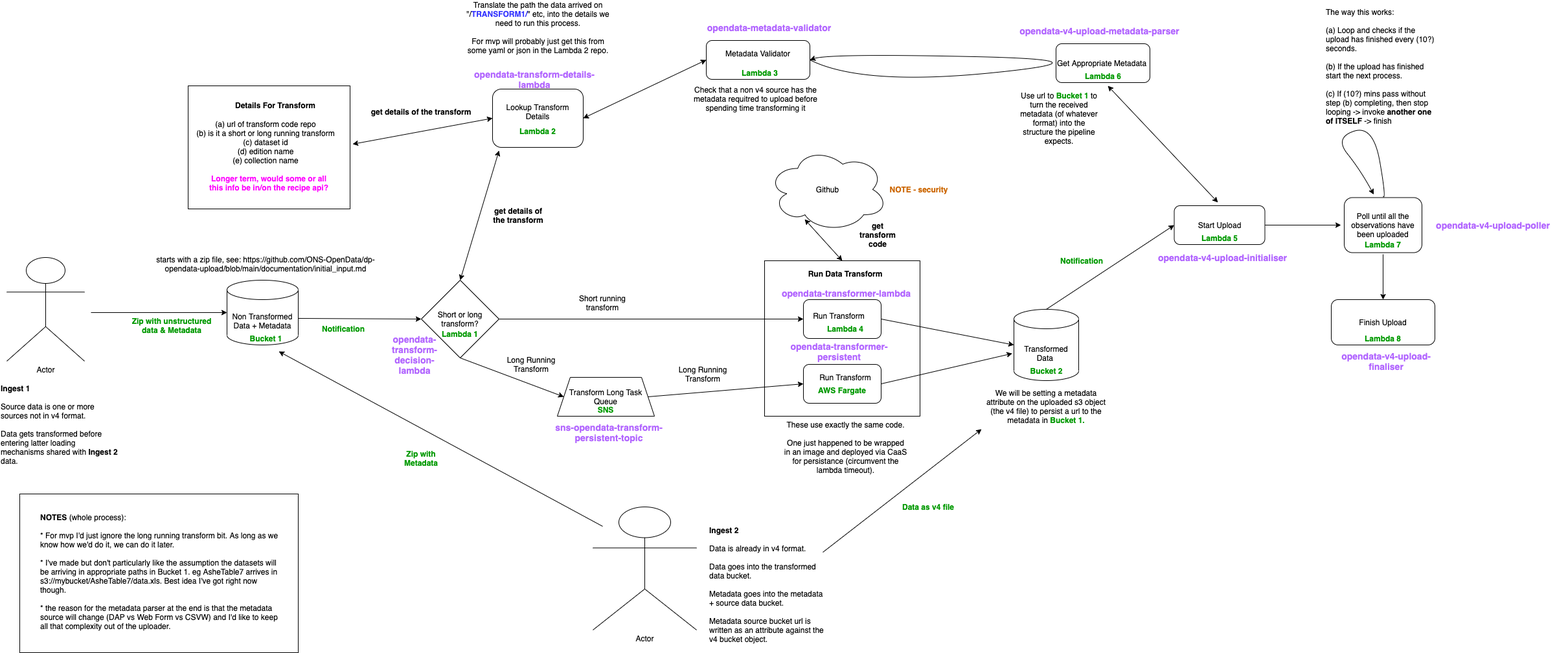
Earlier version of the draw.io export documentation/opendatatransformupload.png (ONS-OpenData/dp-opendata-upload). Source tidied: cells renumbered, new cells last; positions are measured from the earlier drawing's top-left corner, leaving out a move shared by most shapes.
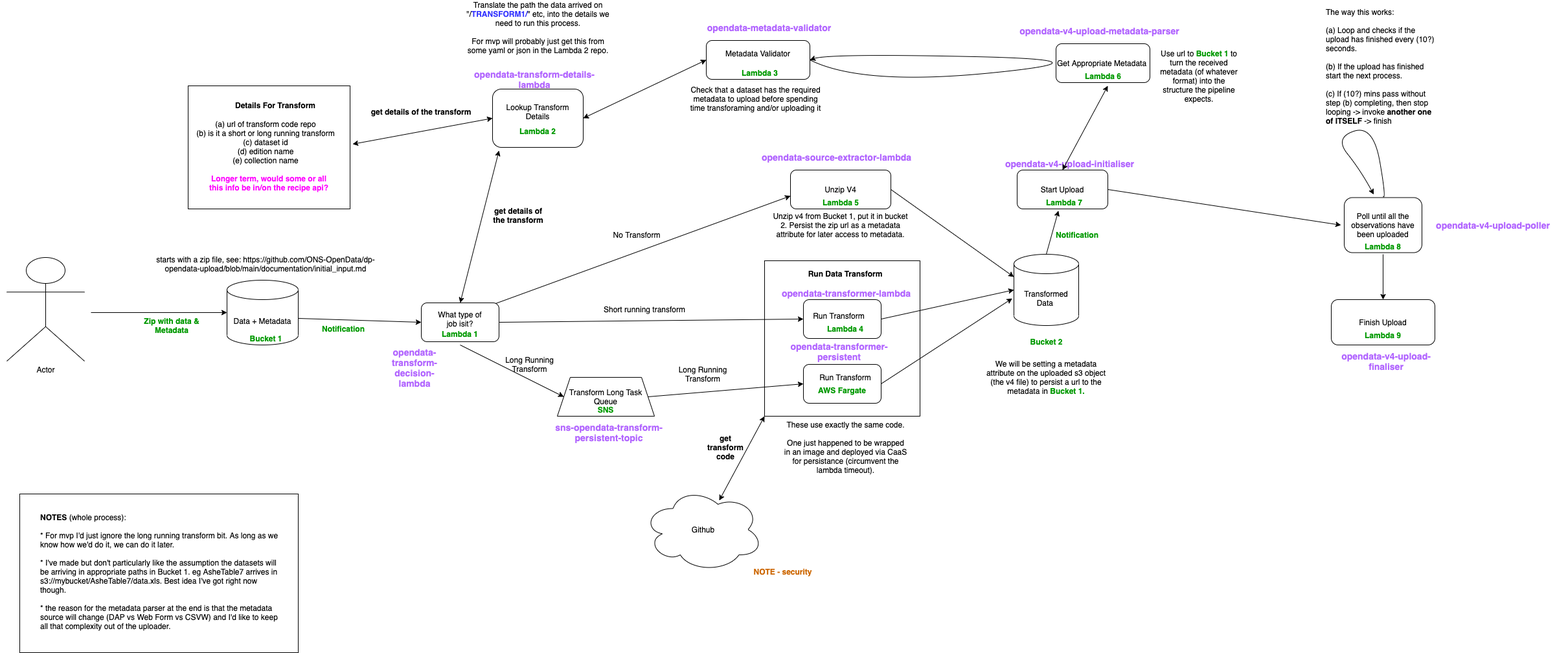
The same diagram one commit later.

Commit message:
update diagram with latest thinking

Diff of the diagram source:
```diff
@@ -4,2 +4,8 @@
     <mxCell id="1" parent="0" />
+    <mxCell id="92" value="Unzip V4" style="rounded=1;whiteSpace=wrap;html=1;" parent="1" vertex="1">
+      <mxGeometry x="1220" y="230" width="155" height="60" as="geometry" />
+    </mxCell>
+    <mxCell id="93" style="rounded=1;whiteSpace=wrap;html=1;" parent="1" vertex="1">
+      <mxGeometry x="650" y="435" width="120" height="60" as="geometry" />
+    </mxCell>
     <mxCell id="2" style="rounded=0;whiteSpace=wrap;html=1;align=left;" parent="1" vertex="1">
@@ -19,3 +25,3 @@
     </mxCell>
-    <mxCell id="7" value="Non Transformed Data + Metadata" style="shape=cylinder3;whiteSpace=wrap;html=1;boundedLbl=1;backgroundOutline=1;size=15;" parent="1" vertex="1">
+    <mxCell id="7" value="Data + Metadata" style="shape=cylinder3;whiteSpace=wrap;html=1;boundedLbl=1;backgroundOutline=1;size=15;" parent="1" vertex="1">
       <mxGeometry x="350" y="400" width="110" height="100" as="geometry" />
@@ -25,6 +31,3 @@
     </mxCell>
-    <mxCell id="9" style="rhombus;whiteSpace=wrap;html=1;" parent="1" vertex="1">
-      <mxGeometry x="650" y="400" width="120" height="120" as="geometry" />
-    </mxCell>
-    <mxCell id="10" value="Short or long transform?" style="text;html=1;strokeColor=none;fillColor=none;align=center;verticalAlign=middle;whiteSpace=wrap;rounded=0;" parent="1" vertex="1">
+    <mxCell id="10" value="What type of job isit?" style="text;html=1;strokeColor=none;fillColor=none;align=center;verticalAlign=middle;whiteSpace=wrap;rounded=0;" parent="1" vertex="1">
       <mxGeometry x="670" y="450" width="80" height="20" as="geometry" />
@@ -43,4 +46,6 @@
     </mxCell>
-    <mxCell id="15" style="endArrow=classic;html=1;exitX=0.5;exitY=1;exitDx=0;exitDy=0;entryX=0;entryY=0.5;entryDx=0;entryDy=0;" parent="1" edge="1" source="9" target="40">
-      <mxGeometry relative="1" as="geometry" />
+    <mxCell id="15" style="endArrow=classic;html=1;entryX=0;entryY=0.5;entryDx=0;entryDy=0;" parent="1" edge="1" target="40">
+      <mxGeometry relative="1" as="geometry">
+        <mxPoint x="710" y="500" as="sourcePoint" />
+      </mxGeometry>
     </mxCell>
@@ -59,3 +64,3 @@
     <mxCell id="20" value="Long Running&lt;br&gt;Transform" style="text;html=1;strokeColor=none;fillColor=none;align=center;verticalAlign=middle;whiteSpace=wrap;rounded=0;" parent="1" vertex="1">
-      <mxGeometry x="715" y="520" width="210" height="20" as="geometry" />
+      <mxGeometry x="710" y="520" width="215" height="20" as="geometry" />
     </mxCell>
@@ -65,12 +70,12 @@
     <mxCell id="22" value="Transformed Data&amp;nbsp;" style="shape=cylinder3;whiteSpace=wrap;html=1;boundedLbl=1;backgroundOutline=1;size=15;" parent="1" vertex="1">
-      <mxGeometry x="1565" y="445" width="100" height="110" as="geometry" />
+      <mxGeometry x="1565" y="360" width="100" height="110" as="geometry" />
     </mxCell>
     <mxCell id="23" value="Start Upload" style="rounded=1;whiteSpace=wrap;html=1;" parent="1" vertex="1">
-      <mxGeometry x="1812.5" y="285" width="140" height="60" as="geometry" />
+      <mxGeometry x="1570" y="230" width="140" height="60" as="geometry" />
     </mxCell>
     <mxCell id="24" value="&lt;font color=&quot;#009900&quot;&gt;&lt;b&gt;Lambda 5&lt;/b&gt;&lt;/font&gt;" style="text;html=1;strokeColor=none;fillColor=none;align=center;verticalAlign=middle;whiteSpace=wrap;rounded=0;" parent="1" vertex="1">
-      <mxGeometry x="1852.5" y="325" width="60" height="20" as="geometry" />
+      <mxGeometry x="1267.5" y="270" width="60" height="20" as="geometry" />
     </mxCell>
     <mxCell id="25" value="We will be setting a metadata attribute on the uploaded s3 object (the v4 file) to persist a url to the metadata in &lt;b&gt;&lt;font color=&quot;#009900&quot;&gt;Bucket 1.&lt;/font&gt;&lt;/b&gt;" style="text;html=1;strokeColor=none;fillColor=none;align=center;verticalAlign=middle;whiteSpace=wrap;rounded=0;" parent="1" vertex="1">
-      <mxGeometry x="1515" y="560" width="200" height="70" as="geometry" />
+      <mxGeometry x="1515" y="515" width="200" height="70" as="geometry" />
     </mxCell>
@@ -80,3 +85,3 @@
     <mxCell id="27" value="&lt;b&gt;get transform code&lt;/b&gt;" style="text;html=1;strokeColor=none;fillColor=none;align=center;verticalAlign=middle;whiteSpace=wrap;rounded=0;" parent="1" vertex="1">
-      <mxGeometry x="1335" y="320" width="40" height="20" as="geometry" />
+      <mxGeometry x="1100" y="647.5" width="40" height="20" as="geometry" />
     </mxCell>
@@ -88,3 +93,3 @@
     </mxCell>
-    <mxCell id="30" style="endArrow=classic;html=1;exitX=0.5;exitY=0;exitDx=0;exitDy=0;exitPerimeter=0;entryX=0;entryY=0.5;entryDx=0;entryDy=0;" parent="1" edge="1" source="22" target="23">
+    <mxCell id="30" style="endArrow=classic;html=1;exitX=0.5;exitY=0;exitDx=0;exitDy=0;exitPerimeter=0;entryX=0.455;entryY=1.047;entryDx=0;entryDy=0;entryPerimeter=0;" parent="1" edge="1" source="22" target="23">
       <mxGeometry relative="1" as="geometry" />
@@ -92,6 +97,6 @@
     <mxCell id="31" value="&lt;b&gt;&lt;font color=&quot;#009900&quot;&gt;Notification&lt;/font&gt;&lt;/b&gt;" style="text;html=1;strokeColor=none;fillColor=none;align=center;verticalAlign=middle;whiteSpace=wrap;rounded=0;" parent="1" vertex="1">
-      <mxGeometry x="1650" y="360" width="40" height="20" as="geometry" />
+      <mxGeometry x="1642.5" y="320" width="40" height="20" as="geometry" />
     </mxCell>
     <mxCell id="32" value="&lt;b&gt;&lt;font color=&quot;#009900&quot;&gt;Bucket 2&lt;/font&gt;&lt;/b&gt;" style="text;html=1;strokeColor=none;fillColor=none;align=center;verticalAlign=middle;whiteSpace=wrap;rounded=0;" parent="1" vertex="1">
-      <mxGeometry x="1587.5" y="530" width="55" height="20" as="geometry" />
+      <mxGeometry x="1587.5" y="485" width="55" height="20" as="geometry" />
     </mxCell>
@@ -109,6 +114,8 @@
     <mxCell id="36" value="Github" style="ellipse;shape=cloud;whiteSpace=wrap;html=1;" parent="1" vertex="1">
-      <mxGeometry x="1185" y="195" width="185" height="130" as="geometry" />
+      <mxGeometry x="992.5" y="720" width="185" height="130" as="geometry" />
     </mxCell>
-    <mxCell id="37" style="endArrow=classic;startArrow=classic;html=1;exitX=0.5;exitY=0;exitDx=0;exitDy=0;entryX=0.308;entryY=0.854;entryDx=0;entryDy=0;entryPerimeter=0;" parent="1" edge="1" source="5" target="36">
-      <mxGeometry relative="1" as="geometry" />
+    <mxCell id="37" style="endArrow=classic;startArrow=classic;html=1;entryX=0;entryY=1;entryDx=0;entryDy=0;" parent="1" edge="1" target="5">
+      <mxGeometry relative="1" as="geometry">
+        <mxPoint x="1110" y="740" as="sourcePoint" />
+      </mxGeometry>
     </mxCell>
@@ -123,4 +130,6 @@
     </mxCell>
-    <mxCell id="41" style="endArrow=classic;html=1;exitX=1;exitY=0.59;exitDx=0;exitDy=0;exitPerimeter=0;entryX=0;entryY=0.5;entryDx=0;entryDy=0;" parent="1" edge="1" source="7" target="9">
-      <mxGeometry relative="1" as="geometry" />
+    <mxCell id="41" style="endArrow=classic;html=1;exitX=1;exitY=0.59;exitDx=0;exitDy=0;exitPerimeter=0;entryX=0;entryY=0.5;entryDx=0;entryDy=0;" parent="1" edge="1" source="7">
+      <mxGeometry relative="1" as="geometry">
+        <mxPoint x="650" y="465" as="targetPoint" />
+      </mxGeometry>
     </mxCell>
@@ -148,6 +157,6 @@
     <mxCell id="49" value="Use url to &lt;b&gt;&lt;font color=&quot;#009900&quot;&gt;Bucket 1&lt;/font&gt;&lt;/b&gt; to turn the received metadata (of whatever format) into the structure the pipeline expects." style="text;html=1;strokeColor=none;fillColor=none;align=center;verticalAlign=middle;whiteSpace=wrap;rounded=0;" parent="1" vertex="1">
-      <mxGeometry x="1570" y="115" width="130" height="70" as="geometry" />
+      <mxGeometry x="1786.2" y="50" width="130" height="70" as="geometry" />
     </mxCell>
     <mxCell id="50" value="&lt;span style=&quot;font-family: , , &amp;#34;segoe wpc&amp;#34; , &amp;#34;segoe ui&amp;#34; , , &amp;#34;ubuntu&amp;#34; , &amp;#34;droid sans&amp;#34; , sans-serif ; font-size: 14px&quot;&gt;&lt;b&gt;&lt;font color=&quot;#b266ff&quot;&gt;opendata-transform-decision-lambda&lt;/font&gt;&lt;/b&gt;&lt;/span&gt;" style="text;html=1;strokeColor=none;fillColor=none;align=center;verticalAlign=middle;whiteSpace=wrap;rounded=0;" parent="1" vertex="1">
-      <mxGeometry x="620" y="505" width="40" height="20" as="geometry" />
+      <mxGeometry x="620" y="525" width="40" height="20" as="geometry" />
     </mxCell>
@@ -166,3 +175,3 @@
     <mxCell id="55" value="&lt;span style=&quot;font-size: 14px&quot;&gt;&lt;b&gt;opendata-v4-upload-initialiser&lt;/b&gt;&lt;/span&gt;" style="text;html=1;strokeColor=none;fillColor=none;align=center;verticalAlign=middle;whiteSpace=wrap;rounded=0;fontColor=#B266FF;" parent="1" vertex="1">
-      <mxGeometry x="1786.2" y="355" width="202.5" height="20" as="geometry" />
+      <mxGeometry x="1550" y="210" width="202.5" height="20" as="geometry" />
     </mxCell>
@@ -172,9 +181,11 @@
     <mxCell id="57" value="&lt;b&gt;&lt;font color=&quot;#cc6600&quot;&gt;NOTE - security&lt;/font&gt;&lt;/b&gt;" style="text;html=1;strokeColor=none;fillColor=none;align=center;verticalAlign=middle;whiteSpace=wrap;rounded=0;fontColor=#B266FF;" parent="1" vertex="1">
-      <mxGeometry x="1330" y="250" width="177" height="20" as="geometry" />
+      <mxGeometry x="1120" y="840" width="177" height="20" as="geometry" />
     </mxCell>
-    <mxCell id="58" style="endArrow=classic;html=1;fontColor=#B266FF;exitX=1;exitY=0.5;exitDx=0;exitDy=0;entryX=0;entryY=0.5;entryDx=0;entryDy=0;" parent="1" edge="1" source="9" target="6">
-      <mxGeometry relative="1" as="geometry" />
+    <mxCell id="58" style="endArrow=classic;html=1;fontColor=#B266FF;exitX=1;exitY=0.5;exitDx=0;exitDy=0;entryX=0;entryY=0.5;entryDx=0;entryDy=0;" parent="1" edge="1" target="6">
+      <mxGeometry relative="1" as="geometry">
+        <mxPoint x="770" y="465" as="sourcePoint" />
+      </mxGeometry>
     </mxCell>
     <mxCell id="59" value="&lt;font color=&quot;#000000&quot;&gt;Short running transform&lt;/font&gt;" style="text;html=1;strokeColor=none;fillColor=none;align=center;verticalAlign=middle;whiteSpace=wrap;rounded=0;fontColor=#B266FF;" parent="1" vertex="1">
-      <mxGeometry x="890" y="425" width="80" height="20" as="geometry" />
+      <mxGeometry x="890" y="435" width="210" height="20" as="geometry" />
     </mxCell>
@@ -190,3 +201,3 @@
     <mxCell id="63" value="&lt;font color=&quot;#009900&quot;&gt;&lt;b&gt;Lambda 7&lt;br&gt;&lt;/b&gt;&lt;/font&gt;" style="text;html=1;strokeColor=none;fillColor=none;align=center;verticalAlign=middle;whiteSpace=wrap;rounded=0;" parent="1" vertex="1">
-      <mxGeometry x="2105" y="335" width="60" height="20" as="geometry" />
+      <mxGeometry x="1612.5" y="270" width="60" height="20" as="geometry" />
     </mxCell>
@@ -221,3 +232,3 @@
     <mxCell id="69" value="&lt;font color=&quot;#009900&quot;&gt;&lt;b&gt;Lambda 8&lt;/b&gt;&lt;/font&gt;" style="text;html=1;strokeColor=none;fillColor=none;align=center;verticalAlign=middle;whiteSpace=wrap;rounded=0;" parent="1" vertex="1">
-      <mxGeometry x="2105" y="480" width="60" height="20" as="geometry" />
+      <mxGeometry x="2105" y="337.5" width="60" height="20" as="geometry" />
     </mxCell>
@@ -226,3 +237,3 @@
     </mxCell>
-    <mxCell id="71" style="endArrow=classic;startArrow=classic;html=1;exitX=0.5;exitY=0;exitDx=0;exitDy=0;" parent="1" edge="1" source="9">
+    <mxCell id="71" style="endArrow=classic;startArrow=classic;html=1;exitX=0.5;exitY=0;exitDx=0;exitDy=0;" parent="1" edge="1" source="93">
       <mxGeometry relative="1" as="geometry">
@@ -231,5 +242,4 @@
     </mxCell>
-    <mxCell id="72" style="endArrow=classic;startArrow=classic;html=1;" parent="1" edge="1">
+    <mxCell id="72" style="endArrow=classic;startArrow=classic;html=1;exitX=0.5;exitY=0;exitDx=0;exitDy=0;" parent="1" edge="1" source="23">
       <mxGeometry relative="1" as="geometry">
-        <mxPoint x="1880" y="280" as="sourcePoint" />
         <mxPoint x="1710" y="100" as="targetPoint" />
@@ -258,3 +268,3 @@
     </mxCell>
-    <mxCell id="80" value="Check that a non v4 source has the metadata requitred to upload before spending time transforming it" style="text;html=1;strokeColor=none;fillColor=none;align=center;verticalAlign=middle;whiteSpace=wrap;rounded=0;" parent="1" vertex="1">
+    <mxCell id="80" value="Check that a dataset has the required metadata to upload before spending time transforaming and/or uploading it" style="text;html=1;strokeColor=none;fillColor=none;align=center;verticalAlign=middle;whiteSpace=wrap;rounded=0;" parent="1" vertex="1">
       <mxGeometry x="1058" y="110" width="217" height="20" as="geometry" />
@@ -279,31 +289,28 @@
     </mxCell>
-    <mxCell id="84" value="Actor" style="shape=umlActor;verticalLabelPosition=bottom;verticalAlign=top;html=1;" parent="1" vertex="1">
-      <mxGeometry x="915" y="750" width="160" height="190" as="geometry" />
-    </mxCell>
-    <mxCell id="85" value="&lt;div style=&quot;text-align: left&quot;&gt;&lt;b&gt;Ingest 2&lt;/b&gt;&lt;/div&gt;&lt;font&gt;&lt;div style=&quot;text-align: left&quot;&gt;&lt;br&gt;&lt;/div&gt;&lt;div style=&quot;text-align: left&quot;&gt;&lt;span&gt;Data is already in v4 format.&lt;/span&gt;&lt;/div&gt;&lt;div style=&quot;text-align: left&quot;&gt;&lt;br&gt;&lt;/div&gt;&lt;div style=&quot;text-align: left&quot;&gt;&lt;span&gt;Data goes into the transformed data bucket.&lt;/span&gt;&lt;/div&gt;&lt;div style=&quot;text-align: left&quot;&gt;&lt;br&gt;&lt;/div&gt;&lt;div style=&quot;text-align: left&quot;&gt;&lt;span&gt;Metadata goes into the metadata + source data bucket.&lt;br&gt;&lt;br&gt;Metadata source bucket url is written as an attribute against the v4 bucket object.&lt;/span&gt;&lt;/div&gt;&lt;/font&gt;" style="text;html=1;strokeColor=none;fillColor=none;align=center;verticalAlign=middle;whiteSpace=wrap;rounded=0;" parent="1" vertex="1">
-      <mxGeometry x="1094" y="860" width="187" height="20" as="geometry" />
-    </mxCell>
-    <mxCell id="86" style="endArrow=classic;html=1;entryX=0;entryY=1;entryDx=0;entryDy=0;" parent="1" edge="1" target="25">
-      <mxGeometry relative="1" as="geometry">
-        <mxPoint x="1270" y="820" as="sourcePoint" />
-      </mxGeometry>
-    </mxCell>
-    <mxCell id="87" style="endArrow=classic;html=1;" parent="1" edge="1">
-      <mxGeometry relative="1" as="geometry">
-        <mxPoint x="930" y="780" as="sourcePoint" />
-        <mxPoint x="430" y="510" as="targetPoint" />
-      </mxGeometry>
-    </mxCell>
-    <mxCell id="88" value="&lt;div style=&quot;text-align: left&quot;&gt;&lt;b&gt;Ingest 1&lt;/b&gt;&lt;/div&gt;&lt;font&gt;&lt;div style=&quot;text-align: left&quot;&gt;&lt;br&gt;&lt;/div&gt;&lt;div style=&quot;text-align: left&quot;&gt;&lt;span&gt;Source data is one or more sources not in v4 format.&lt;/span&gt;&lt;/div&gt;&lt;div style=&quot;text-align: left&quot;&gt;&lt;br&gt;Data gets transformed before entering latter loading mechanisms shared with &lt;b&gt;Ingest 2&lt;/b&gt; data.&lt;/div&gt;&lt;div style=&quot;text-align: left&quot;&gt;&lt;br&gt;&lt;/div&gt;&lt;/font&gt;" style="text;html=1;strokeColor=none;fillColor=none;align=center;verticalAlign=middle;whiteSpace=wrap;rounded=0;" parent="1" vertex="1">
+    <mxCell id="88" value="&lt;div style=&quot;text-align: left&quot;&gt;&lt;br&gt;&lt;/div&gt;" style="text;html=1;strokeColor=none;fillColor=none;align=center;verticalAlign=middle;whiteSpace=wrap;rounded=0;" parent="1" vertex="1">
       <mxGeometry y="620" width="187" height="20" as="geometry" />
     </mxCell>
-    <mxCell id="89" value="&lt;font color=&quot;#009900&quot;&gt;&lt;b&gt;Zip with unstructured data &amp;amp; Metadata&lt;/b&gt;&lt;/font&gt;" style="text;html=1;align=center;verticalAlign=middle;whiteSpace=wrap;rounded=0;" parent="1" vertex="1">
+    <mxCell id="89" value="&lt;font color=&quot;#009900&quot;&gt;&lt;b&gt;Zip with data &amp;amp; Metadata&lt;/b&gt;&lt;/font&gt;" style="text;html=1;align=center;verticalAlign=middle;whiteSpace=wrap;rounded=0;" parent="1" vertex="1">
       <mxGeometry x="200" y="460" width="130" height="20" as="geometry" />
     </mxCell>
-    <mxCell id="90" value="&lt;font color=&quot;#009900&quot;&gt;&lt;b&gt;Zip with Metadata&lt;/b&gt;&lt;/font&gt;" style="text;html=1;align=center;verticalAlign=middle;whiteSpace=wrap;rounded=0;" parent="1" vertex="1">
-      <mxGeometry x="605" y="665" width="90" height="20" as="geometry" />
-    </mxCell>
-    <mxCell id="91" value="&lt;font color=&quot;#009900&quot;&gt;&lt;b&gt;Data as v4 file&lt;/b&gt;&lt;/font&gt;" style="text;html=1;align=center;verticalAlign=middle;whiteSpace=wrap;rounded=0;" parent="1" vertex="1">
-      <mxGeometry x="1387.5" y="740" width="90" height="20" as="geometry" />
-    </mxCell>
+    <mxCell id="94" style="endArrow=classic;html=1;exitX=0.954;exitY=0.019;exitDx=0;exitDy=0;exitPerimeter=0;" parent="1" edge="1" source="93">
+      <mxGeometry relative="1" as="geometry">
+        <mxPoint x="1220" y="270" as="targetPoint" />
+      </mxGeometry>
+    </mxCell>
+    <mxCell id="95" value="&lt;font color=&quot;#000000&quot;&gt;No Transform&lt;/font&gt;" style="text;html=1;strokeColor=none;fillColor=none;align=center;verticalAlign=middle;whiteSpace=wrap;rounded=0;fontColor=#B266FF;" parent="1" vertex="1">
+      <mxGeometry x="942.5" y="320" width="80" height="20" as="geometry" />
+    </mxCell>
+    <mxCell id="96" style="endArrow=classic;html=1;exitX=1;exitY=0.5;exitDx=0;exitDy=0;entryX=0;entryY=0;entryDx=0;entryDy=35;entryPerimeter=0;" parent="1" edge="1" source="92" target="22">
+      <mxGeometry relative="1" as="geometry" />
+    </mxCell>
+    <mxCell id="97" value="&lt;font color=&quot;#009900&quot;&gt;&lt;b&gt;Lambda 9&lt;br&gt;&lt;/b&gt;&lt;/font&gt;" style="text;html=1;strokeColor=none;fillColor=none;align=center;verticalAlign=middle;whiteSpace=wrap;rounded=0;" parent="1" vertex="1">
+      <mxGeometry x="2105" y="475" width="60" height="20" as="geometry" />
+    </mxCell>
+    <mxCell id="98" value="&lt;span style=&quot;font-family: , , &amp;#34;segoe wpc&amp;#34; , &amp;#34;segoe ui&amp;#34; , , &amp;#34;ubuntu&amp;#34; , &amp;#34;droid sans&amp;#34; , sans-serif ; font-size: 14px&quot;&gt;&lt;b&gt;&lt;font color=&quot;#b266ff&quot;&gt;opendata-source-extractor-lambda&lt;/font&gt;&lt;/b&gt;&lt;/span&gt;" style="text;html=1;strokeColor=none;fillColor=none;align=center;verticalAlign=middle;whiteSpace=wrap;rounded=0;" parent="1" vertex="1">
+      <mxGeometry x="1170" y="200" width="242.5" height="20" as="geometry" />
+    </mxCell>
+    <mxCell id="99" value="Unzip v4 from Bucket 1, put it in bucket 2. Persist the zip url as a metadata attribute for later access to metadata." style="text;html=1;strokeColor=none;fillColor=none;align=center;verticalAlign=middle;whiteSpace=wrap;rounded=0;" parent="1" vertex="1">
+      <mxGeometry x="1189" y="305" width="217" height="20" as="geometry" />
+    </mxCell>
   </root>
```
